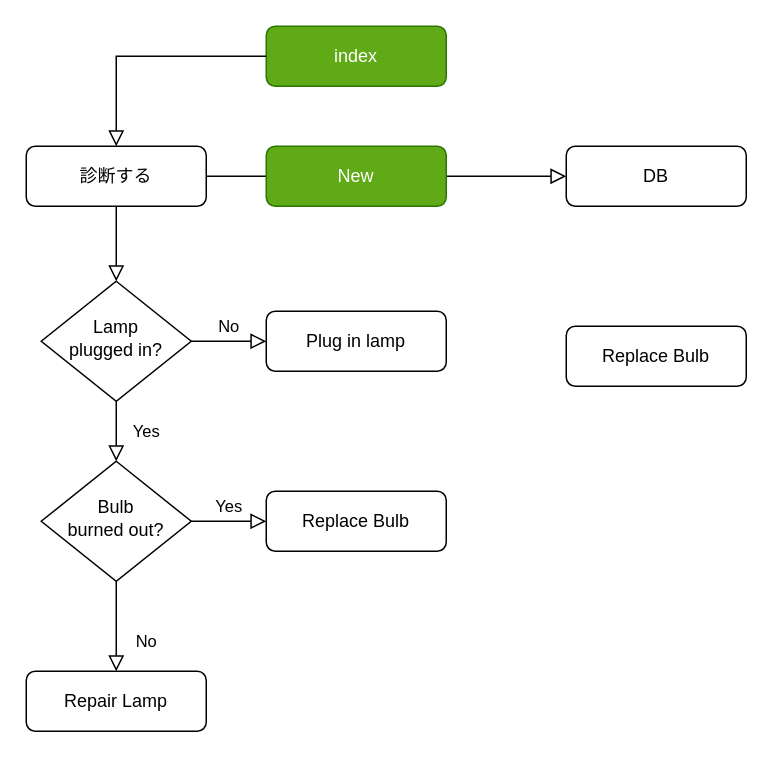
This is flowchart.dio from UN2009-development/personality_test, a draw.io file, before an edit. Source tidied: cells renumbered, new cells numbered last; positions are measured from the earlier drawing's top-left corner, leaving out a move shared by most shapes. Both pictures are drawn from the tidied source at 150%, with x=0, y=0 at pixel (26, 26).
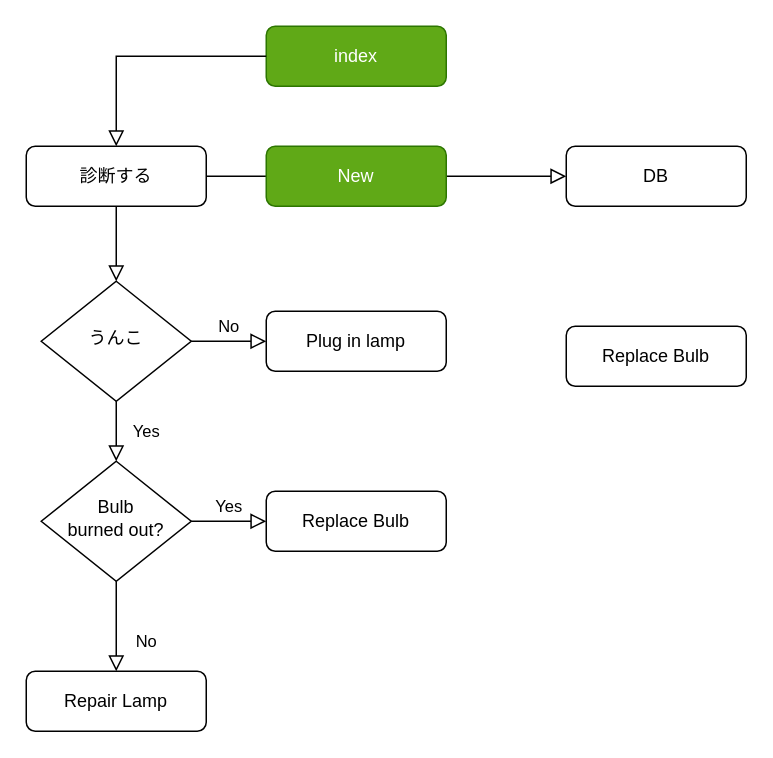
After the change.

The edit, as a diff of the source:
```diff
@@
 <mxGraphModel>
   <root>
     <mxCell id="0" />
     <mxCell id="1" parent="0" />
     <mxCell id="2" style="rounded=0;html=1;jettySize=auto;fontSize=11;endArrow=block;endFill=0;endSize=8;strokeWidth=1;shadow=0;labelBackgroundColor=none;edgeStyle=orthogonalEdgeStyle;" parent="1" edge="1" source="3" target="6">
       <mxGeometry relative="1" as="geometry" />
     </mxCell>
     <mxCell id="3" value="診断する" style="rounded=1;whiteSpace=wrap;html=1;fontSize=12;glass=0;strokeWidth=1;shadow=0;" parent="1" vertex="1">
       <mxGeometry y="80" width="120" height="40" as="geometry" />
     </mxCell>
     <mxCell id="4" value="Yes" style="rounded=0;html=1;jettySize=auto;fontSize=11;endArrow=block;endFill=0;endSize=8;strokeWidth=1;shadow=0;labelBackgroundColor=none;edgeStyle=orthogonalEdgeStyle;" parent="1" edge="1" source="6" target="10">
       <mxGeometry y="20" relative="1" as="geometry" />
     </mxCell>
     <mxCell id="5" value="No" style="edgeStyle=orthogonalEdgeStyle;rounded=0;html=1;jettySize=auto;fontSize=11;endArrow=block;endFill=0;endSize=8;strokeWidth=1;shadow=0;labelBackgroundColor=none;" parent="1" edge="1" source="6" target="7">
       <mxGeometry y="10" relative="1" as="geometry" />
     </mxCell>
-    <mxCell id="6" value="Lamp&lt;br&gt;plugged in?" style="rhombus;whiteSpace=wrap;html=1;shadow=0;fontFamily=Helvetica;fontSize=12;align=center;strokeWidth=1;spacing=6;spacingTop=-4;" parent="1" vertex="1">
+    <mxCell id="6" value="うんこ" style="rhombus;whiteSpace=wrap;html=1;shadow=0;fontFamily=Helvetica;fontSize=12;align=center;strokeWidth=1;spacing=6;spacingTop=-4;" parent="1" vertex="1">
       <mxGeometry x="10" y="170" width="100" height="80" as="geometry" />
     </mxCell>
     <mxCell id="7" value="Plug in lamp" style="rounded=1;whiteSpace=wrap;html=1;fontSize=12;glass=0;strokeWidth=1;shadow=0;" parent="1" vertex="1">
       <mxGeometry x="160" y="190" width="120" height="40" as="geometry" />
     </mxCell>
     <mxCell id="8" value="No" style="rounded=0;html=1;jettySize=auto;fontSize=11;endArrow=block;endFill=0;endSize=8;strokeWidth=1;shadow=0;labelBackgroundColor=none;edgeStyle=orthogonalEdgeStyle;" parent="1" edge="1" source="10" target="11">
       <mxGeometry x="0.33" y="20" relative="1" as="geometry" />
     </mxCell>
     <mxCell id="9" value="Yes" style="edgeStyle=orthogonalEdgeStyle;rounded=0;html=1;jettySize=auto;fontSize=11;endArrow=block;endFill=0;endSize=8;strokeWidth=1;shadow=0;labelBackgroundColor=none;" parent="1" edge="1" source="10" target="12">
       <mxGeometry y="10" relative="1" as="geometry" />
     </mxCell>
     <mxCell id="10" value="Bulb&lt;br&gt;burned out?" style="rhombus;whiteSpace=wrap;html=1;shadow=0;fontFamily=Helvetica;fontSize=12;align=center;strokeWidth=1;spacing=6;spacingTop=-4;" parent="1" vertex="1">
       <mxGeometry x="10" y="290" width="100" height="80" as="geometry" />
     </mxCell>
     <mxCell id="11" value="Repair Lamp" style="rounded=1;whiteSpace=wrap;html=1;fontSize=12;glass=0;strokeWidth=1;shadow=0;" parent="1" vertex="1">
       <mxGeometry y="430" width="120" height="40" as="geometry" />
     </mxCell>
     <mxCell id="12" value="Replace Bulb" style="rounded=1;whiteSpace=wrap;html=1;fontSize=12;glass=0;strokeWidth=1;shadow=0;" parent="1" vertex="1">
       <mxGeometry x="160" y="310" width="120" height="40" as="geometry" />
     </mxCell>
     <mxCell id="13" value="DB" style="rounded=1;whiteSpace=wrap;html=1;fontSize=12;glass=0;strokeWidth=1;shadow=0;" parent="1" vertex="1">
       <mxGeometry x="360" y="80" width="120" height="40" as="geometry" />
     </mxCell>
     <mxCell id="14" value="Replace Bulb" style="rounded=1;whiteSpace=wrap;html=1;fontSize=12;glass=0;strokeWidth=1;shadow=0;" parent="1" vertex="1">
       <mxGeometry x="360" y="200" width="120" height="40" as="geometry" />
     </mxCell>
     <mxCell id="15" style="rounded=0;html=1;jettySize=auto;fontSize=11;endArrow=block;endFill=0;endSize=8;strokeWidth=1;shadow=0;labelBackgroundColor=none;edgeStyle=orthogonalEdgeStyle;entryX=0;entryY=0.5;entryDx=0;entryDy=0;exitX=1;exitY=0.5;exitDx=0;exitDy=0;" parent="1" edge="1" source="3" target="13">
       <mxGeometry relative="1" as="geometry" />
     </mxCell>
     <mxCell id="16" value="New" style="rounded=1;whiteSpace=wrap;html=1;fontSize=12;glass=0;strokeWidth=1;shadow=0;fillColor=#60a917;strokeColor=#2D7600;fontColor=#ffffff;" parent="1" vertex="1">
       <mxGeometry x="160" y="80" width="120" height="40" as="geometry" />
     </mxCell>
     <mxCell id="17" value="index" style="rounded=1;whiteSpace=wrap;html=1;fontSize=12;glass=0;strokeWidth=1;shadow=0;fillColor=#60a917;strokeColor=#2D7600;fontColor=#ffffff;" parent="1" vertex="1">
       <mxGeometry x="160" width="120" height="40" as="geometry" />
     </mxCell>
     <mxCell id="18" style="rounded=0;html=1;jettySize=auto;fontSize=11;endArrow=block;endFill=0;endSize=8;strokeWidth=1;shadow=0;labelBackgroundColor=none;edgeStyle=orthogonalEdgeStyle;entryX=0.5;entryY=0;entryDx=0;entryDy=0;exitX=0;exitY=0.5;exitDx=0;exitDy=0;" parent="1" edge="1" source="17" target="3">
       <mxGeometry relative="1" as="geometry" />
     </mxCell>
   </root>
 </mxGraphModel>
```
